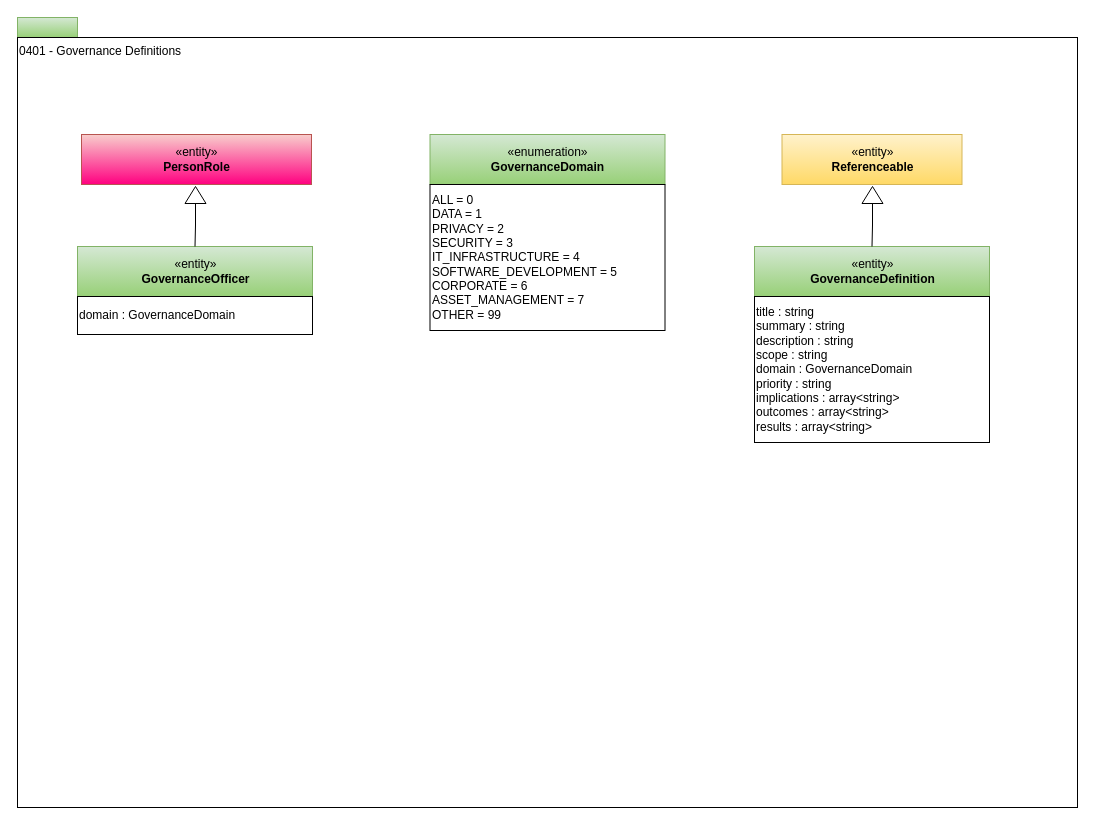
This is page "0401-Governance-Definitions" (2 of 24) of open-metadata-publication/website/open-metadata-types/area-4-governance.drawio from odpi/egeria, a draw.io file, before an edit. Source tidied: cells renumbered, new cells numbered last; positions are measured from the earlier drawing's top-left corner, leaving out a move shared by most shapes. Both pictures are drawn from the tidied source at 100%, with x=0, y=0 at pixel (17, 17).
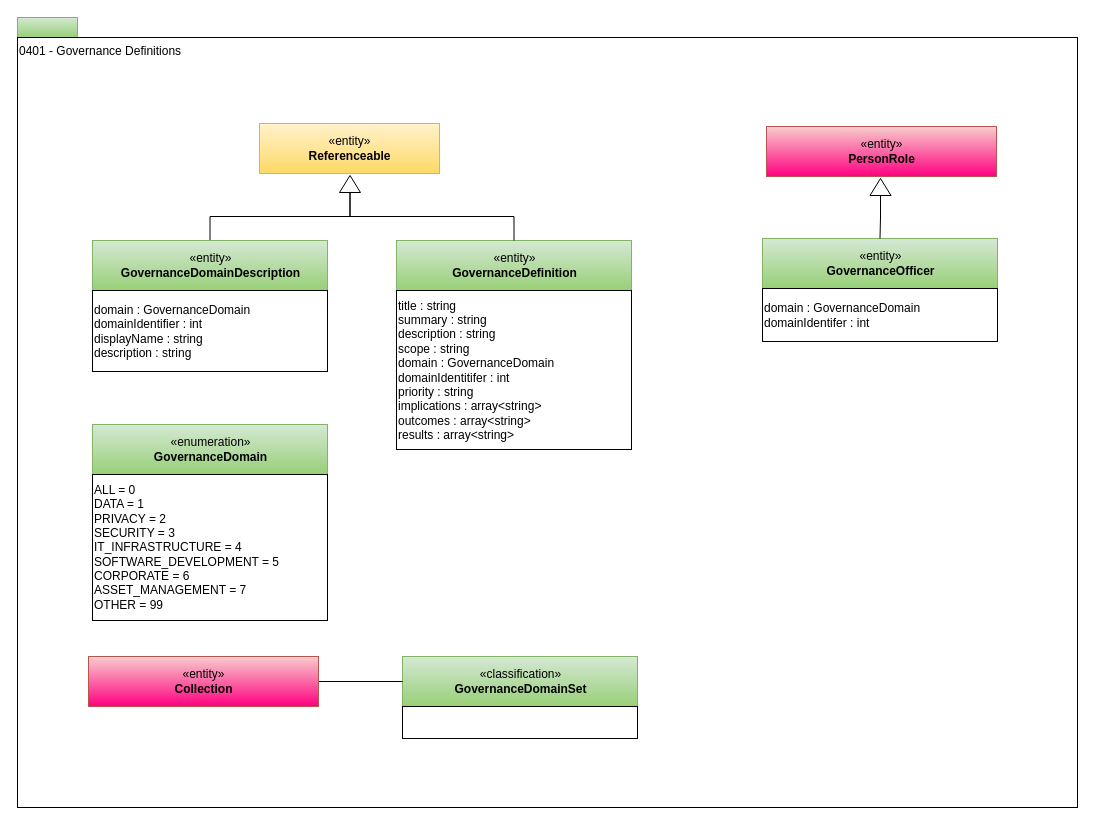
The same diagram, later.

Diff of the diagram source:
```diff
@@
     <mxCell id="4" value="«entity»&lt;br&gt;&lt;b&gt;GovernanceOfficer&lt;/b&gt;" style="html=1;strokeColor=#82b366;align=center;fillColor=#d5e8d4;gradientColor=#97d077;" parent="1" vertex="1">
-      <mxGeometry x="60" y="229" width="235" height="50" as="geometry" />
+      <mxGeometry x="745" y="221" width="235" height="50" as="geometry" />
     </mxCell>
@@
     <mxCell id="6" style="triangle;whiteSpace=wrap;html=1;strokeColor=#000000;gradientColor=#ffffff;align=center;rotation=-90;" parent="1" vertex="1">
-      <mxGeometry x="169.5" y="167" width="17" height="21" as="geometry" />
+      <mxGeometry x="854.5" y="159" width="17" height="21" as="geometry" />
     </mxCell>
-    <mxCell id="7" value="domain : GovernanceDomain" style="rounded=0;whiteSpace=wrap;html=1;strokeColor=#000000;gradientColor=#ffffff;align=left;" parent="1" vertex="1">
-      <mxGeometry x="60" y="279" width="235" height="38" as="geometry" />
+    <mxCell id="7" value="domain : GovernanceDomain&lt;br&gt;domainIdentifer : int" style="rounded=0;whiteSpace=wrap;html=1;strokeColor=#000000;gradientColor=#ffffff;align=left;" parent="1" vertex="1">
+      <mxGeometry x="745" y="271" width="235" height="53" as="geometry" />
     </mxCell>
     <mxCell id="8" value="«entity»&lt;br&gt;&lt;b&gt;GovernanceDefinition&lt;/b&gt;" style="html=1;strokeColor=#82b366;align=center;fillColor=#d5e8d4;gradientColor=#97d077;" parent="1" vertex="1">
-      <mxGeometry x="737" y="229" width="235" height="50" as="geometry" />
+      <mxGeometry x="379" y="223" width="235" height="50" as="geometry" />
     </mxCell>
     <mxCell id="9" value="«entity»&lt;br&gt;&lt;b&gt;Referenceable&lt;/b&gt;" style="html=1;strokeColor=#d6b656;align=center;fillColor=#fff2cc;gradientColor=#ffd966;" parent="1" vertex="1">
-      <mxGeometry x="764.5" y="117" width="180" height="50" as="geometry" />
+      <mxGeometry x="242" y="106" width="180" height="50" as="geometry" />
     </mxCell>
@@
     <mxCell id="11" style="triangle;whiteSpace=wrap;html=1;strokeColor=#000000;gradientColor=#ffffff;align=center;rotation=-90;" parent="1" vertex="1">
-      <mxGeometry x="846.5" y="167" width="17" height="21" as="geometry" />
+      <mxGeometry x="324" y="156" width="17" height="21" as="geometry" />
     </mxCell>
-    <mxCell id="12" value="title : string&lt;br&gt;summary : string&lt;br&gt;description : string&lt;br&gt;scope : string&lt;br&gt;domain : GovernanceDomain&lt;br&gt;priority : string&lt;br&gt;implications : array&amp;lt;string&amp;gt;&lt;br&gt;outcomes : array&amp;lt;string&amp;gt;&lt;br&gt;results : array&amp;lt;string&amp;gt;" style="rounded=0;whiteSpace=wrap;html=1;strokeColor=#000000;gradientColor=#ffffff;align=left;" parent="1" vertex="1">
-      <mxGeometry x="737" y="279" width="235" height="146" as="geometry" />
+    <mxCell id="12" value="title : string&lt;br&gt;summary : string&lt;br&gt;description : string&lt;br&gt;scope : string&lt;br&gt;domain : GovernanceDomain&lt;br&gt;domainIdentitifer : int&lt;br&gt;priority : string&lt;br&gt;implications : array&amp;lt;string&amp;gt;&lt;br&gt;outcomes : array&amp;lt;string&amp;gt;&lt;br&gt;results : array&amp;lt;string&amp;gt;" style="rounded=0;whiteSpace=wrap;html=1;strokeColor=#000000;gradientColor=#ffffff;align=left;" parent="1" vertex="1">
+      <mxGeometry x="379" y="273" width="235" height="159" as="geometry" />
     </mxCell>
     <mxCell id="13" value="«enumeration»&lt;br&gt;&lt;b&gt;GovernanceDomain&lt;/b&gt;" style="html=1;strokeColor=#82b366;align=center;fillColor=#d5e8d4;gradientColor=#97d077;" parent="1" vertex="1">
-      <mxGeometry x="412.5" y="117" width="235" height="50" as="geometry" />
+      <mxGeometry x="75" y="407" width="235" height="50" as="geometry" />
     </mxCell>
     <mxCell id="14" value="ALL = 0&lt;br&gt;DATA = 1&lt;br&gt;PRIVACY = 2&lt;br&gt;SECURITY = 3&lt;br&gt;IT_INFRASTRUCTURE = 4&lt;br&gt;SOFTWARE_DEVELOPMENT = 5&lt;br&gt;CORPORATE = 6&lt;br&gt;ASSET_MANAGEMENT = 7&lt;br&gt;OTHER = 99" style="rounded=0;whiteSpace=wrap;html=1;strokeColor=#000000;gradientColor=#ffffff;align=left;" parent="1" vertex="1">
-      <mxGeometry x="412.5" y="167" width="235" height="146" as="geometry" />
+      <mxGeometry x="75" y="457" width="235" height="146" as="geometry" />
     </mxCell>
     <mxCell id="15" value="«entity»&lt;br&gt;&lt;b&gt;PersonRole&lt;/b&gt;" style="html=1;strokeColor=#b85450;align=center;fillColor=#f8cecc;gradientColor=#FF0080;" parent="1" vertex="1">
-      <mxGeometry x="64" y="117" width="230" height="50" as="geometry" />
+      <mxGeometry x="749" y="109" width="230" height="50" as="geometry" />
     </mxCell>
+    <mxCell id="16" style="edgeStyle=orthogonalEdgeStyle;rounded=0;jettySize=auto;html=1;entryX=0;entryY=0.5;entryDx=0;entryDy=0;endArrow=none;endFill=0;" parent="1" edge="1" source="17" target="11">
+      <mxGeometry relative="1" as="geometry">
+        <Array as="points">
+          <mxPoint x="193" y="199" />
+          <mxPoint x="333" y="199" />
+        </Array>
+      </mxGeometry>
+    </mxCell>
+    <mxCell id="17" value="«entity»&lt;br&gt;&lt;b&gt;GovernanceDomainDescription&lt;/b&gt;" style="html=1;strokeColor=#82b366;align=center;fillColor=#d5e8d4;gradientColor=#97d077;" parent="1" vertex="1">
+      <mxGeometry x="75" y="223" width="235" height="50" as="geometry" />
+    </mxCell>
+    <mxCell id="18" value="domain : GovernanceDomain&lt;br&gt;domainIdentifier : int&lt;br&gt;displayName : string&lt;br&gt;description : string" style="rounded=0;whiteSpace=wrap;html=1;strokeColor=#000000;gradientColor=#ffffff;align=left;" parent="1" vertex="1">
+      <mxGeometry x="75" y="273" width="235" height="81" as="geometry" />
+    </mxCell>
+    <mxCell id="19" value="«classification»&lt;br&gt;&lt;b&gt;GovernanceDomainSet&lt;/b&gt;" style="html=1;strokeColor=#82b366;align=center;fillColor=#d5e8d4;gradientColor=#97d077;" parent="1" vertex="1">
+      <mxGeometry x="385" y="639" width="235" height="50" as="geometry" />
+    </mxCell>
+    <mxCell id="20" style="rounded=0;whiteSpace=wrap;html=1;strokeColor=#000000;gradientColor=#ffffff;align=left;" parent="1" vertex="1">
+      <mxGeometry x="385" y="689" width="235" height="32" as="geometry" />
+    </mxCell>
+    <mxCell id="21" style="edgeStyle=orthogonalEdgeStyle;rounded=0;jettySize=auto;html=1;exitX=1;exitY=0.5;exitDx=0;exitDy=0;entryX=0;entryY=0.5;entryDx=0;entryDy=0;endArrow=none;endFill=0;" parent="1" edge="1" source="22" target="19">
+      <mxGeometry relative="1" as="geometry" />
+    </mxCell>
+    <mxCell id="22" value="«entity»&lt;br&gt;&lt;b&gt;Collection&lt;/b&gt;" style="html=1;strokeColor=#b85450;align=center;fillColor=#f8cecc;gradientColor=#FF0080;" parent="1" vertex="1">
+      <mxGeometry x="71" y="639" width="230" height="50" as="geometry" />
+    </mxCell>
```
